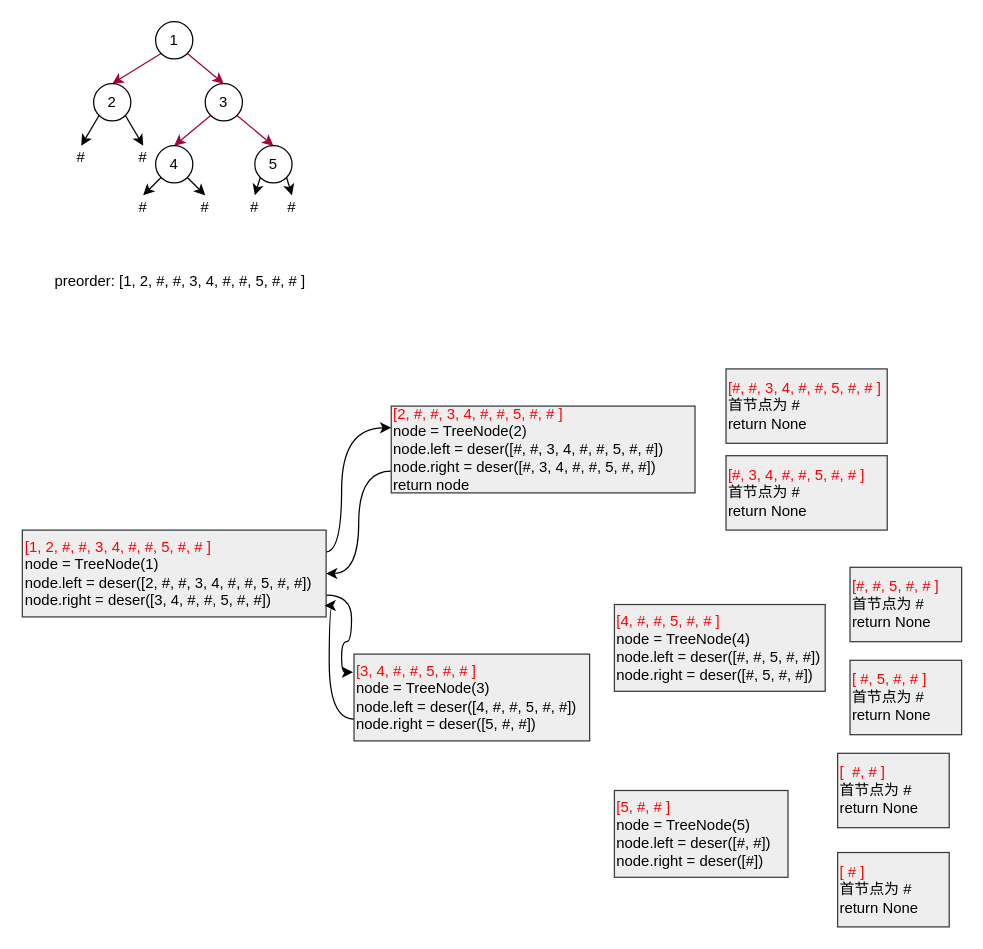
Before: 序列化二叉树.drawio in BaiRuic/test, a draw.io diagram. Source tidied: cells renumbered, new cells numbered last; positions are measured from the earlier drawing's top-left corner, leaving out a move shared by most shapes. Both pictures are drawn from the tidied source at 124%, with x=0, y=0 at pixel (21, 21).
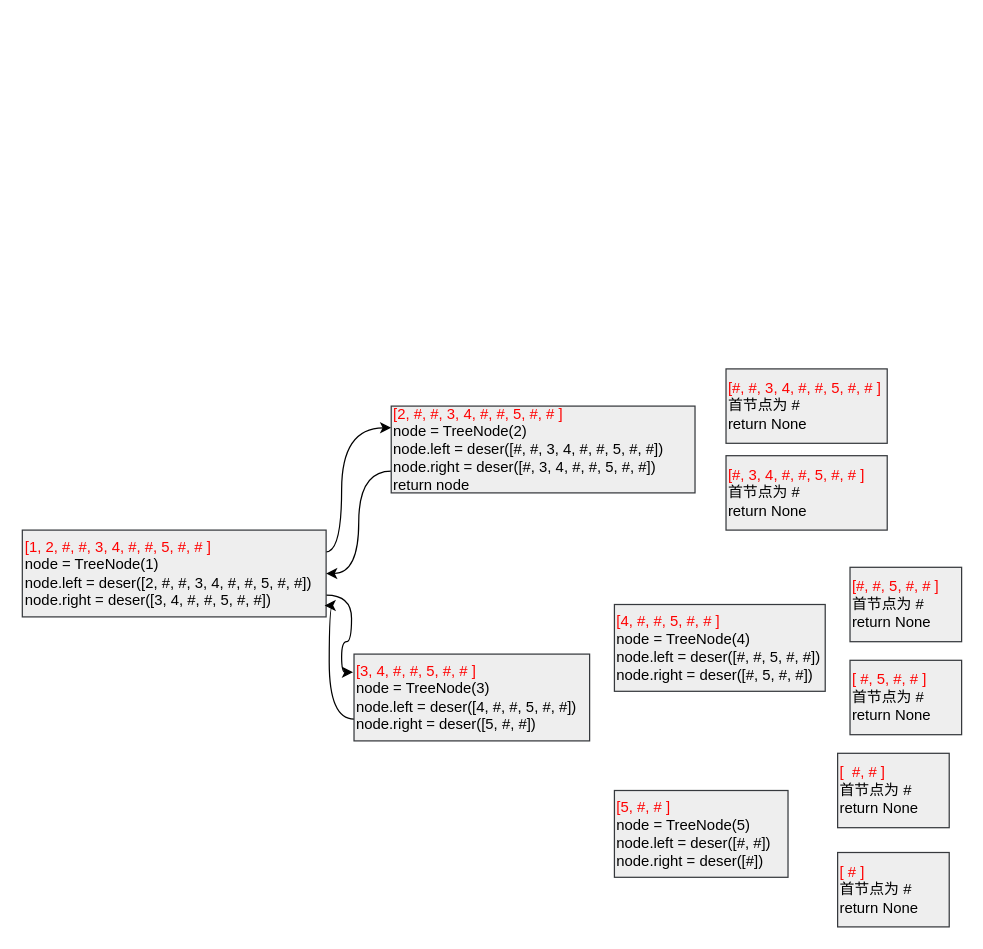
After the change.

Commit message (it also covers changes not shown here):
更新序列化二叉树.drawio

What changed in the source:
```diff
@@
-    <mxCell id="2" style="rounded=0;jettySize=auto;html=1;exitX=0;exitY=1;exitDx=0;exitDy=0;entryX=0.5;entryY=0;entryDx=0;entryDy=0;fillColor=#d80073;strokeColor=#A50040;" parent="1" edge="1" source="4" target="7">
-      <mxGeometry relative="1" as="geometry" />
-    </mxCell>
-    <mxCell id="3" style="rounded=0;jettySize=auto;html=1;exitX=1;exitY=1;exitDx=0;exitDy=0;entryX=0.5;entryY=0;entryDx=0;entryDy=0;fillColor=#d80073;strokeColor=#A50040;" parent="1" edge="1" source="4" target="10">
-      <mxGeometry relative="1" as="geometry" />
-    </mxCell>
-    <mxCell id="4" value="1" style="ellipse;whiteSpace=wrap;html=1;" parent="1" vertex="1">
-      <mxGeometry x="108" width="30" height="30" as="geometry" />
-    </mxCell>
-    <mxCell id="5" style="edgeStyle=none;rounded=0;jettySize=auto;html=1;exitX=0;exitY=1;exitDx=0;exitDy=0;entryX=0.5;entryY=0;entryDx=0;entryDy=0;" parent="1" edge="1" source="7" target="17">
-      <mxGeometry relative="1" as="geometry" />
-    </mxCell>
-    <mxCell id="6" style="edgeStyle=none;rounded=0;jettySize=auto;html=1;exitX=1;exitY=1;exitDx=0;exitDy=0;entryX=0.5;entryY=0;entryDx=0;entryDy=0;" parent="1" edge="1" source="7" target="18">
-      <mxGeometry relative="1" as="geometry" />
-    </mxCell>
-    <mxCell id="7" value="2" style="ellipse;whiteSpace=wrap;html=1;" parent="1" vertex="1">
-      <mxGeometry x="58" y="50" width="30" height="30" as="geometry" />
-    </mxCell>
-    <mxCell id="8" style="rounded=0;jettySize=auto;html=1;exitX=0;exitY=1;exitDx=0;exitDy=0;entryX=0.5;entryY=0;entryDx=0;entryDy=0;fillColor=#d80073;strokeColor=#A50040;" parent="1" edge="1" source="10" target="13">
-      <mxGeometry relative="1" as="geometry" />
-    </mxCell>
-    <mxCell id="9" style="rounded=0;jettySize=auto;html=1;exitX=1;exitY=1;exitDx=0;exitDy=0;entryX=0.5;entryY=0;entryDx=0;entryDy=0;fillColor=#d80073;strokeColor=#A50040;" parent="1" edge="1" source="10" target="16">
-      <mxGeometry relative="1" as="geometry" />
-    </mxCell>
-    <mxCell id="10" value="3" style="ellipse;whiteSpace=wrap;html=1;" parent="1" vertex="1">
-      <mxGeometry x="148" y="50" width="30" height="30" as="geometry" />
-    </mxCell>
-    <mxCell id="11" style="edgeStyle=none;rounded=0;jettySize=auto;html=1;exitX=0;exitY=1;exitDx=0;exitDy=0;entryX=0.5;entryY=0;entryDx=0;entryDy=0;" parent="1" edge="1" source="13" target="19">
-      <mxGeometry relative="1" as="geometry" />
-    </mxCell>
-    <mxCell id="12" style="edgeStyle=none;rounded=0;jettySize=auto;html=1;exitX=1;exitY=1;exitDx=0;exitDy=0;entryX=0.5;entryY=0;entryDx=0;entryDy=0;" parent="1" edge="1" source="13" target="20">
-      <mxGeometry relative="1" as="geometry" />
-    </mxCell>
-    <mxCell id="13" value="4" style="ellipse;whiteSpace=wrap;html=1;" parent="1" vertex="1">
-      <mxGeometry x="108" y="100" width="30" height="30" as="geometry" />
-    </mxCell>
-    <mxCell id="14" style="edgeStyle=none;rounded=0;jettySize=auto;html=1;exitX=0;exitY=1;exitDx=0;exitDy=0;entryX=0.5;entryY=0;entryDx=0;entryDy=0;" parent="1" edge="1" source="16" target="21">
-      <mxGeometry relative="1" as="geometry" />
-    </mxCell>
-    <mxCell id="15" style="edgeStyle=none;rounded=0;jettySize=auto;html=1;exitX=1;exitY=1;exitDx=0;exitDy=0;entryX=0.5;entryY=0;entryDx=0;entryDy=0;" parent="1" edge="1" source="16" target="22">
-      <mxGeometry relative="1" as="geometry" />
-    </mxCell>
-    <mxCell id="16" value="5" style="ellipse;whiteSpace=wrap;html=1;" parent="1" vertex="1">
-      <mxGeometry x="188" y="100" width="30" height="30" as="geometry" />
-    </mxCell>
-    <mxCell id="17" value="#" style="text;html=1;strokeColor=none;fillColor=none;align=center;verticalAlign=middle;whiteSpace=wrap;rounded=0;" parent="1" vertex="1">
-      <mxGeometry x="38" y="100" width="20" height="20" as="geometry" />
-    </mxCell>
-    <mxCell id="18" value="#" style="text;html=1;strokeColor=none;fillColor=none;align=center;verticalAlign=middle;whiteSpace=wrap;rounded=0;" parent="1" vertex="1">
-      <mxGeometry x="88" y="100" width="20" height="20" as="geometry" />
-    </mxCell>
-    <mxCell id="19" value="#" style="text;html=1;strokeColor=none;fillColor=none;align=center;verticalAlign=middle;whiteSpace=wrap;rounded=0;" parent="1" vertex="1">
-      <mxGeometry x="88" y="140" width="20" height="20" as="geometry" />
-    </mxCell>
-    <mxCell id="20" value="#" style="text;html=1;strokeColor=none;fillColor=none;align=center;verticalAlign=middle;whiteSpace=wrap;rounded=0;" parent="1" vertex="1">
-      <mxGeometry x="138" y="140" width="20" height="20" as="geometry" />
-    </mxCell>
-    <mxCell id="21" value="#" style="text;html=1;strokeColor=none;fillColor=none;align=center;verticalAlign=middle;whiteSpace=wrap;rounded=0;" parent="1" vertex="1">
-      <mxGeometry x="178" y="140" width="20" height="20" as="geometry" />
-    </mxCell>
-    <mxCell id="22" value="#" style="text;html=1;strokeColor=none;fillColor=none;align=center;verticalAlign=middle;whiteSpace=wrap;rounded=0;" parent="1" vertex="1">
-      <mxGeometry x="208" y="140" width="20" height="20" as="geometry" />
-    </mxCell>
-    <mxCell id="23" value="preorder: [1, 2, #, #, 3, 4, #, #, 5, #, # ]" style="text;html=1;strokeColor=none;fillColor=none;align=center;verticalAlign=middle;whiteSpace=wrap;rounded=0;" parent="1" vertex="1">
-      <mxGeometry x="8" y="200" width="240" height="20" as="geometry" />
-    </mxCell>
```
